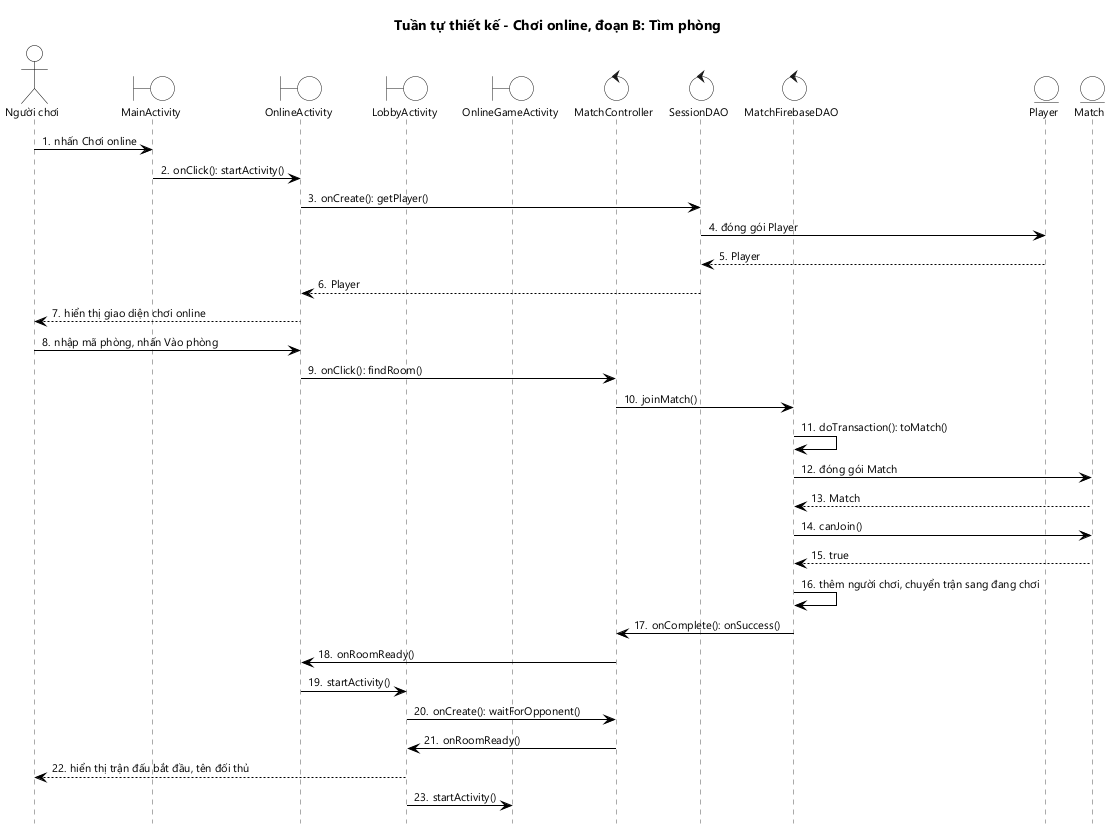
HungNguyenBa1811/math-dash keeps this PlantUML diagram as docs/hung/tuan-tu-thiet-ke-uc05b.png. Above is the earlier version.
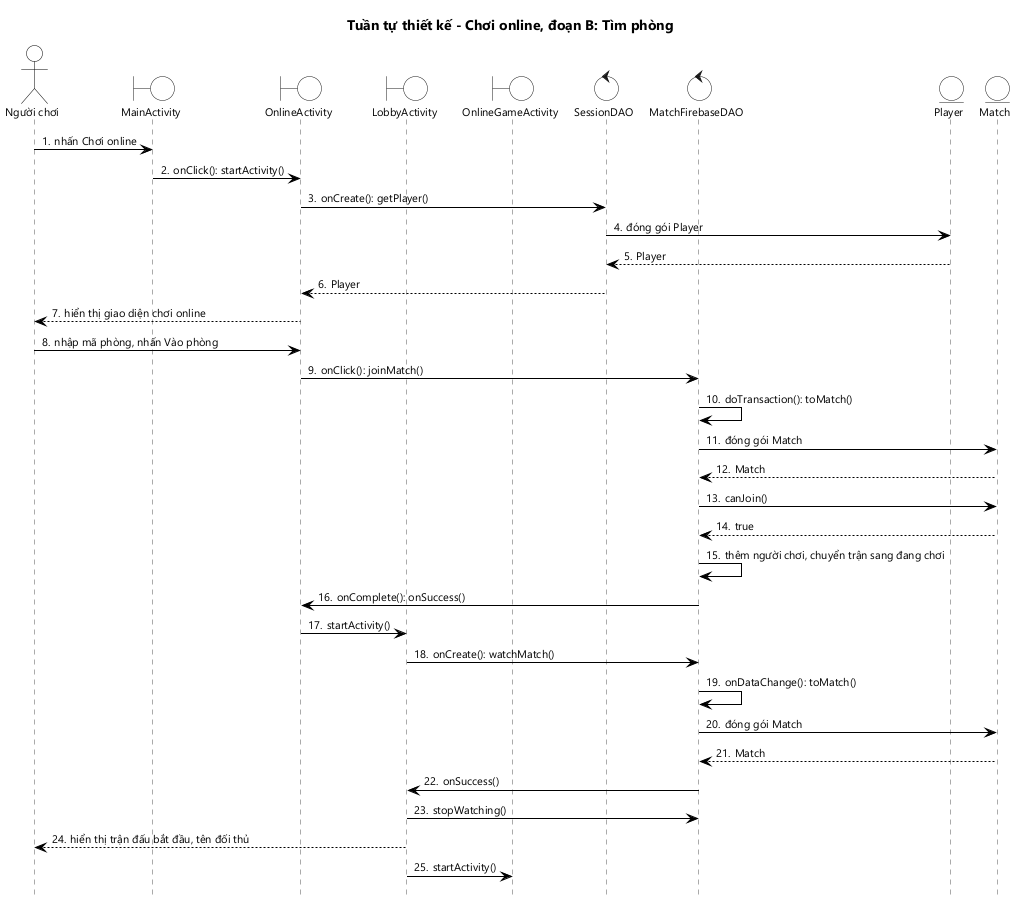
Later version of the same file.

Diff of the diagram source:
```diff
@@ -7,7 +7,6 @@
 boundary OnlineActivity as OA
 boundary LobbyActivity as LA
 boundary OnlineGameActivity as GA
-control MatchController as MC
 control SessionDAO as SD
 control MatchFirebaseDAO as MFD
 entity Player as P
@@ -21,19 +20,21 @@
 SD --> OA : Player
 OA --> U : hiển thị giao diện chơi online
 U -> OA : nhập mã phòng, nhấn Vào phòng
-OA -> MC : onClick(): findRoom()
-MC -> MFD : joinMatch()
+OA -> MFD : onClick(): joinMatch()
 MFD -> MFD : doTransaction(): toMatch()
 MFD -> M : đóng gói Match
 M --> MFD : Match
 MFD -> M : canJoin()
 M --> MFD : true
 MFD -> MFD : thêm người chơi, chuyển trận sang đang chơi
-MFD -> MC : onComplete(): onSuccess()
-MC -> OA : onRoomReady()
+MFD -> OA : onComplete(): onSuccess()
 OA -> LA : startActivity()
-LA -> MC : onCreate(): waitForOpponent()
-MC -> LA : onRoomReady()
+LA -> MFD : onCreate(): watchMatch()
+MFD -> MFD : onDataChange(): toMatch()
+MFD -> M : đóng gói Match
+M --> MFD : Match
+MFD -> LA : onSuccess()
+LA -> MFD : stopWatching()
 LA --> U : hiển thị trận đấu bắt đầu, tên đối thủ
 LA -> GA : startActivity()
 @enduml
```
